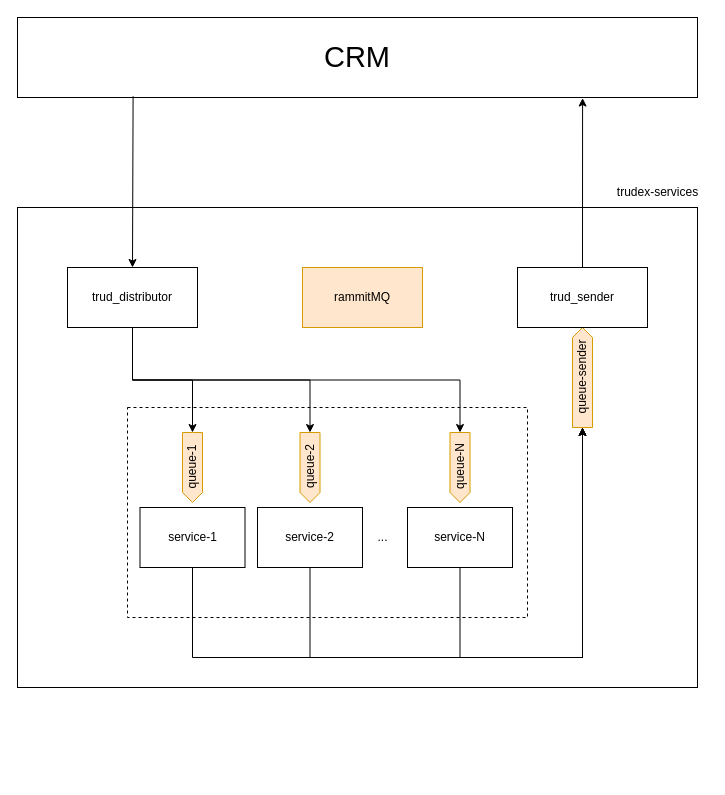
This is docs/infrastructure_diagram.drawio from RB-PRO/trudex, a draw.io file, before an edit. Source tidied: cells renumbered, new cells numbered last; positions are measured from the earlier drawing's top-left corner, leaving out a move shared by most shapes. Both pictures are drawn from the tidied source at 100%, with x=0, y=0 at pixel (17, 17).
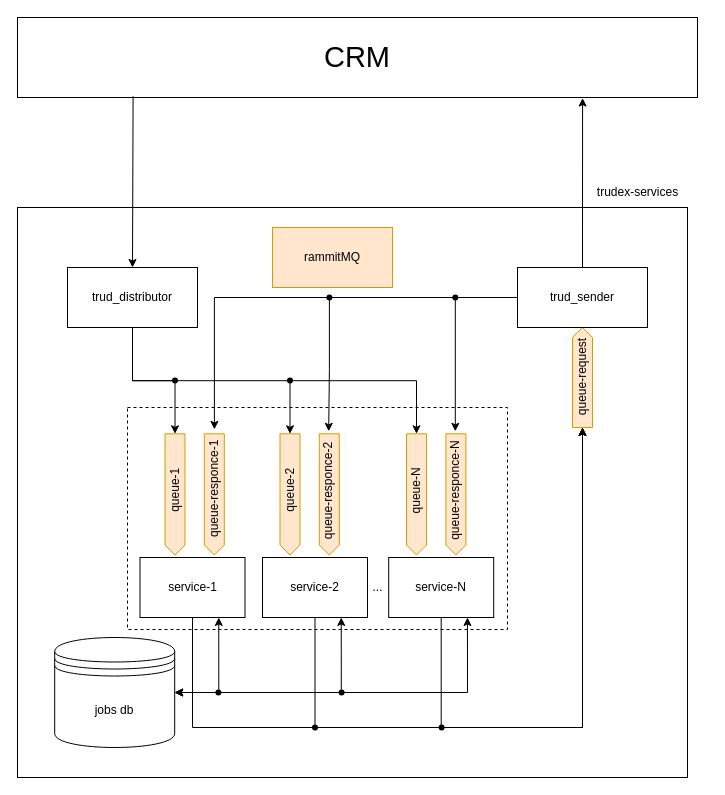
Above is the later version.

Unchanged cells that the change refers to:
```xml
<mxCell id="5" value="trud_distributor" style="rounded=0;whiteSpace=wrap;html=1;" parent="1" vertex="1">
  <mxGeometry x="50" y="250" width="130" height="60" as="geometry" />
</mxCell>
<mxCell id="7" value="trud_sender" style="rounded=0;whiteSpace=wrap;html=1;" parent="1" vertex="1">
  <mxGeometry x="500" y="250" width="130" height="60" as="geometry" />
</mxCell>
```

The edit, as a diff of the source:
```diff
@@
     <mxCell id="3" style="rounded=0;whiteSpace=wrap;html=1;" parent="1" vertex="1">
-      <mxGeometry y="190" width="680" height="480" as="geometry" />
+      <mxGeometry y="190" width="670" height="570" as="geometry" />
     </mxCell>
     <mxCell id="4" value="trudex-services" style="text;html=1;align=center;verticalAlign=middle;strokeColor=none;fillColor=none;" parent="1" vertex="1">
-      <mxGeometry x="590" y="160" width="100" height="30" as="geometry" />
+      <mxGeometry x="570" y="160" width="100" height="30" as="geometry" />
     </mxCell>
@@
-    <mxCell id="6" value="queue-sender" style="html=1;shadow=0;dashed=0;align=center;verticalAlign=middle;shape=mxgraph.arrows2.arrow;dy=0;dx=10;notch=0;rotation=-90;fillColor=#ffe6cc;strokeColor=#d79b00;" parent="1" vertex="1">
+    <mxCell id="6" value="queue-request" style="html=1;shadow=0;dashed=0;align=center;verticalAlign=middle;shape=mxgraph.arrows2.arrow;dy=0;dx=10;notch=0;rotation=-90;fillColor=#ffe6cc;strokeColor=#d79b00;" parent="1" vertex="1">
       <mxGeometry x="515" y="350" width="100" height="20" as="geometry" />
     </mxCell>
@@
     <mxCell id="8" value="rammitMQ" style="rounded=0;whiteSpace=wrap;html=1;fillColor=#ffe6cc;strokeColor=#d79b00;" parent="1" vertex="1">
-      <mxGeometry x="285" y="250" width="120" height="60" as="geometry" />
+      <mxGeometry x="255" y="210" width="120" height="60" as="geometry" />
     </mxCell>
@@
     <mxCell id="11" style="rounded=0;whiteSpace=wrap;html=1;dashed=1;" parent="1" vertex="1">
-      <mxGeometry x="110" y="390" width="400" height="210" as="geometry" />
+      <mxGeometry x="110" y="390" width="380" height="222" as="geometry" />
     </mxCell>
     <mxCell id="12" style="html=1;shadow=0;dashed=0;align=center;verticalAlign=middle;shape=mxgraph.arrows2.arrow;dy=0;dx=10;notch=0;rotation=90;fillColor=#ffe6cc;strokeColor=#d79b00;" parent="1" vertex="1">
-      <mxGeometry x="140" y="440" width="70" height="20" as="geometry" />
+      <mxGeometry x="96.9" y="466.9" width="121.2" height="20" as="geometry" />
     </mxCell>
+    <mxCell id="22" style="edgeStyle=orthogonalEdgeStyle;rounded=0;jettySize=auto;html=1;exitX=0.5;exitY=1;exitDx=0;exitDy=0;" parent="1" edge="1" source="13" target="6">
+      <mxGeometry relative="1" as="geometry">
+        <Array as="points">
+          <mxPoint x="175" y="710" />
+          <mxPoint x="565" y="710" />
+        </Array>
+      </mxGeometry>
+    </mxCell>
+    <mxCell id="28" style="edgeStyle=orthogonalEdgeStyle;rounded=0;jettySize=auto;html=1;exitX=0.75;exitY=1;exitDx=0;exitDy=0;entryX=1;entryY=0.5;entryDx=0;entryDy=0;startArrow=classic;startFill=1;" parent="1" edge="1" source="13" target="33">
+      <mxGeometry relative="1" as="geometry" />
+    </mxCell>
     <mxCell id="13" value="service-1" style="rounded=0;whiteSpace=wrap;html=1;" parent="1" vertex="1">
-      <mxGeometry x="122.5" y="490" width="105" height="60" as="geometry" />
+      <mxGeometry x="122.5" y="540" width="105" height="60" as="geometry" />
     </mxCell>
-    <mxCell id="14" style="html=1;shadow=0;dashed=0;align=center;verticalAlign=middle;shape=mxgraph.arrows2.arrow;dy=0;dx=10;notch=0;rotation=90;fillColor=#ffe6cc;strokeColor=#d79b00;" parent="1" vertex="1">
-      <mxGeometry x="257.5" y="440" width="70" height="20" as="geometry" />
-    </mxCell>
+    <mxCell id="29" style="edgeStyle=orthogonalEdgeStyle;rounded=0;jettySize=auto;html=1;exitDx=0;exitDy=0;" parent="1" edge="1" source="54" target="6">
+      <mxGeometry relative="1" as="geometry">
+        <Array as="points">
+          <mxPoint x="298" y="710" />
+          <mxPoint x="565" y="710" />
+        </Array>
+      </mxGeometry>
+    </mxCell>
+    <mxCell id="30" style="edgeStyle=orthogonalEdgeStyle;rounded=0;jettySize=auto;html=1;exitX=0.75;exitY=1;exitDx=0;exitDy=0;entryX=1;entryY=0.5;entryDx=0;entryDy=0;startArrow=classic;startFill=1;" parent="1" edge="1" source="15" target="33">
+      <mxGeometry relative="1" as="geometry" />
+    </mxCell>
     <mxCell id="15" value="service-2" style="rounded=0;whiteSpace=wrap;html=1;" parent="1" vertex="1">
-      <mxGeometry x="240" y="490" width="105" height="60" as="geometry" />
+      <mxGeometry x="245" y="540" width="105" height="60" as="geometry" />
     </mxCell>
-    <mxCell id="16" style="html=1;shadow=0;dashed=0;align=center;verticalAlign=middle;shape=mxgraph.arrows2.arrow;dy=0;dx=10;notch=0;rotation=90;fillColor=#ffe6cc;strokeColor=#d79b00;" parent="1" vertex="1">
-      <mxGeometry x="407.5" y="440" width="70" height="20" as="geometry" />
-    </mxCell>
+    <mxCell id="31" style="edgeStyle=orthogonalEdgeStyle;rounded=0;jettySize=auto;html=1;exitDx=0;exitDy=0;" parent="1" edge="1" source="52" target="6">
+      <mxGeometry relative="1" as="geometry" />
+    </mxCell>
+    <mxCell id="32" style="edgeStyle=orthogonalEdgeStyle;rounded=0;jettySize=auto;html=1;exitX=0.75;exitY=1;exitDx=0;exitDy=0;entryX=1;entryY=0.5;entryDx=0;entryDy=0;startArrow=classic;startFill=1;" parent="1" edge="1" source="17" target="33">
+      <mxGeometry relative="1" as="geometry" />
+    </mxCell>
     <mxCell id="17" value="service-N" style="rounded=0;whiteSpace=wrap;html=1;" parent="1" vertex="1">
-      <mxGeometry x="390" y="490" width="105" height="60" as="geometry" />
+      <mxGeometry x="371.2" y="540" width="105" height="60" as="geometry" />
     </mxCell>
     <mxCell id="18" value="..." style="text;html=1;align=center;verticalAlign=middle;strokeColor=none;fillColor=none;" parent="1" vertex="1">
-      <mxGeometry x="350" y="505" width="30" height="30" as="geometry" />
+      <mxGeometry x="345" y="555" width="30" height="30" as="geometry" />
     </mxCell>
+    <mxCell id="27" value="queue-1" style="text;html=1;align=center;verticalAlign=middle;strokeColor=none;fillColor=none;rotation=-90;" parent="1" vertex="1">
+      <mxGeometry x="122.5" y="458.8" width="70" height="30" as="geometry" />
+    </mxCell>
+    <mxCell id="33" value="jobs db" style="shape=datastore;whiteSpace=wrap;html=1;" parent="1" vertex="1">
+      <mxGeometry x="37.2" y="620" width="120" height="110" as="geometry" />
+    </mxCell>
+    <mxCell id="34" style="html=1;shadow=0;dashed=0;align=center;verticalAlign=middle;shape=mxgraph.arrows2.arrow;dy=0;dx=10;notch=0;rotation=90;fillColor=#ffe6cc;strokeColor=#d79b00;" parent="1" vertex="1">
+      <mxGeometry x="136.2" y="466.9" width="121.2" height="20" as="geometry" />
+    </mxCell>
+    <mxCell id="35" style="html=1;shadow=0;dashed=0;align=center;verticalAlign=middle;shape=mxgraph.arrows2.arrow;dy=0;dx=10;notch=0;rotation=90;fillColor=#ffe6cc;strokeColor=#d79b00;" parent="1" vertex="1">
+      <mxGeometry x="211.9" y="466.9" width="121.2" height="20" as="geometry" />
+    </mxCell>
+    <mxCell id="26" value="queue-2" style="text;html=1;align=center;verticalAlign=middle;strokeColor=none;fillColor=none;rotation=-90;" parent="1" vertex="1">
+      <mxGeometry x="237.5" y="458.8" width="70" height="30" as="geometry" />
+    </mxCell>
+    <mxCell id="36" style="html=1;shadow=0;dashed=0;align=center;verticalAlign=middle;shape=mxgraph.arrows2.arrow;dy=0;dx=10;notch=0;rotation=90;fillColor=#ffe6cc;strokeColor=#d79b00;" parent="1" vertex="1">
+      <mxGeometry x="251.2" y="466.9" width="121.2" height="20" as="geometry" />
+    </mxCell>
+    <mxCell id="37" style="html=1;shadow=0;dashed=0;align=center;verticalAlign=middle;shape=mxgraph.arrows2.arrow;dy=0;dx=10;notch=0;rotation=90;fillColor=#ffe6cc;strokeColor=#d79b00;" parent="1" vertex="1">
+      <mxGeometry x="338.4" y="466.9" width="121.2" height="20" as="geometry" />
+    </mxCell>
+    <mxCell id="25" value="queue-N" style="text;html=1;align=center;verticalAlign=middle;strokeColor=none;fillColor=none;rotation=-90;" parent="1" vertex="1">
+      <mxGeometry x="364.1" y="458.8" width="70" height="30" as="geometry" />
+    </mxCell>
+    <mxCell id="38" style="html=1;shadow=0;dashed=0;align=center;verticalAlign=middle;shape=mxgraph.arrows2.arrow;dy=0;dx=10;notch=0;rotation=90;fillColor=#ffe6cc;strokeColor=#d79b00;" parent="1" vertex="1">
+      <mxGeometry x="377.8" y="466.9" width="121.2" height="20" as="geometry" />
+    </mxCell>
+    <mxCell id="39" value="queue-responce-1" style="text;html=1;align=center;verticalAlign=middle;points=[];strokeColor=none;fillColor=none;rotation=-90;" parent="1" vertex="1">
+      <mxGeometry x="136.9" y="456.9" width="120" height="30" as="geometry" />
+    </mxCell>
+    <mxCell id="40" value="queue-responce-2" style="text;html=1;align=center;verticalAlign=middle;points=[];strokeColor=none;fillColor=none;rotation=-90;" parent="1" vertex="1">
+      <mxGeometry x="251.2" y="458.8" width="120" height="30" as="geometry" />
+    </mxCell>
+    <mxCell id="41" value="queue-responce-N" style="text;html=1;align=center;verticalAlign=middle;points=[];strokeColor=none;fillColor=none;rotation=-90;" parent="1" vertex="1">
+      <mxGeometry x="377.8" y="458.8" width="120" height="30" as="geometry" />
+    </mxCell>
+    <mxCell id="42" style="edgeStyle=orthogonalEdgeStyle;rounded=0;jettySize=auto;html=1;exitX=0.5;exitY=1;exitDx=0;exitDy=0;entryX=0;entryY=0.5;entryDx=0;entryDy=0;entryPerimeter=0;" parent="1" edge="1" source="5" target="37">
+      <mxGeometry relative="1" as="geometry" />
+    </mxCell>
+    <mxCell id="43" style="edgeStyle=orthogonalEdgeStyle;rounded=0;jettySize=auto;html=1;exitDx=0;exitDy=0;entryX=0;entryY=0.5;entryDx=0;entryDy=0;entryPerimeter=0;" parent="1" edge="1" source="48" target="35">
+      <mxGeometry relative="1" as="geometry" />
+    </mxCell>
-    <mxCell id="19" style="edgeStyle=orthogonalEdgeStyle;rounded=0;jettySize=auto;html=1;entryX=0;entryY=0.5;entryDx=0;entryDy=0;entryPerimeter=0;" parent="1" edge="1" source="5" target="12">
+    <mxCell id="19" style="edgeStyle=orthogonalEdgeStyle;rounded=0;jettySize=auto;html=1;exitX=0.5;exitY=1;exitDx=0;exitDy=0;entryX=0;entryY=0.5;entryDx=0;entryDy=0;entryPerimeter=0;" parent="1" edge="1" source="5" target="12">
       <mxGeometry relative="1" as="geometry" />
     </mxCell>
-    <mxCell id="20" style="edgeStyle=orthogonalEdgeStyle;rounded=0;jettySize=auto;html=1;entryX=0;entryY=0.5;entryDx=0;entryDy=0;entryPerimeter=0;exitX=0.5;exitY=1;exitDx=0;exitDy=0;" parent="1" edge="1" source="5" target="14">
-      <mxGeometry relative="1" as="geometry" />
-    </mxCell>
-    <mxCell id="21" style="edgeStyle=orthogonalEdgeStyle;rounded=0;jettySize=auto;html=1;entryX=0;entryY=0.5;entryDx=0;entryDy=0;entryPerimeter=0;exitX=0.5;exitY=1;exitDx=0;exitDy=0;" parent="1" edge="1" source="5" target="16">
-      <mxGeometry relative="1" as="geometry" />
-    </mxCell>
-    <mxCell id="22" style="edgeStyle=orthogonalEdgeStyle;rounded=0;jettySize=auto;html=1;entryX=0;entryY=0.5;entryDx=0;entryDy=0;entryPerimeter=0;" parent="1" edge="1" source="13" target="6">
-      <mxGeometry relative="1" as="geometry">
-        <Array as="points">
-          <mxPoint x="175" y="640" />
-          <mxPoint x="565" y="640" />
-        </Array>
-      </mxGeometry>
-    </mxCell>
-    <mxCell id="23" style="edgeStyle=orthogonalEdgeStyle;rounded=0;jettySize=auto;html=1;entryX=0;entryY=0.5;entryDx=0;entryDy=0;entryPerimeter=0;" parent="1" edge="1" source="15" target="6">
-      <mxGeometry relative="1" as="geometry">
-        <Array as="points">
-          <mxPoint x="292" y="640" />
-          <mxPoint x="565" y="640" />
-        </Array>
-      </mxGeometry>
-    </mxCell>
-    <mxCell id="24" style="edgeStyle=orthogonalEdgeStyle;rounded=0;jettySize=auto;html=1;entryX=0;entryY=0.5;entryDx=0;entryDy=0;entryPerimeter=0;" parent="1" edge="1" source="17" target="6">
-      <mxGeometry relative="1" as="geometry">
-        <Array as="points">
-          <mxPoint x="442" y="640" />
-          <mxPoint x="565" y="640" />
-        </Array>
-      </mxGeometry>
-    </mxCell>
-    <mxCell id="25" value="queue-N" style="text;html=1;align=center;verticalAlign=middle;strokeColor=none;fillColor=none;rotation=-90;" parent="1" vertex="1">
-      <mxGeometry x="407.5" y="435" width="70" height="30" as="geometry" />
-    </mxCell>
-    <mxCell id="26" value="queue-2" style="text;html=1;align=center;verticalAlign=middle;strokeColor=none;fillColor=none;rotation=-90;" parent="1" vertex="1">
-      <mxGeometry x="257.5" y="435" width="70" height="30" as="geometry" />
-    </mxCell>
-    <mxCell id="27" value="queue-1" style="text;html=1;align=center;verticalAlign=middle;strokeColor=none;fillColor=none;rotation=-90;" parent="1" vertex="1">
-      <mxGeometry x="140" y="435" width="70" height="30" as="geometry" />
-    </mxCell>
+    <mxCell id="44" style="edgeStyle=orthogonalEdgeStyle;rounded=0;jettySize=auto;html=1;exitX=0;exitY=0.5;exitDx=0;exitDy=0;" parent="1" edge="1" source="7" target="39">
+      <mxGeometry relative="1" as="geometry" />
+    </mxCell>
+    <mxCell id="45" style="edgeStyle=orthogonalEdgeStyle;rounded=0;jettySize=auto;html=1;exitDx=0;exitDy=0;" parent="1" edge="1" source="50" target="41">
+      <mxGeometry relative="1" as="geometry" />
+    </mxCell>
+    <mxCell id="46" style="edgeStyle=orthogonalEdgeStyle;rounded=0;jettySize=auto;html=1;exitDx=0;exitDy=0;" parent="1" edge="1" source="49" target="40">
+      <mxGeometry relative="1" as="geometry" />
+    </mxCell>
+    <mxCell id="47" style="shape=waypoint;sketch=0;fillStyle=solid;size=6;fillColor=none;perimeter=centerPerimeter;" parent="1" vertex="1">
+      <mxGeometry x="147.5" y="353" width="20" height="20" as="geometry" />
+    </mxCell>
+    <mxCell id="48" style="shape=waypoint;sketch=0;fillStyle=solid;size=6;points=[];fillColor=none;perimeter=centerPerimeter;snapToPoint=1;" parent="1" vertex="1">
+      <mxGeometry x="262.5" y="353" width="20" height="20" as="geometry" />
+    </mxCell>
+    <mxCell id="49" style="shape=waypoint;sketch=0;fillStyle=solid;size=6;points=[];fillColor=none;perimeter=centerPerimeter;snapToPoint=1;" parent="1" vertex="1">
+      <mxGeometry x="301.9" y="270" width="20" height="20" as="geometry" />
+    </mxCell>
+    <mxCell id="50" style="shape=waypoint;sketch=0;fillStyle=solid;size=6;points=[];fillColor=none;perimeter=centerPerimeter;snapToPoint=1;" parent="1" vertex="1">
+      <mxGeometry x="427.8" y="270" width="20" height="20" as="geometry" />
+    </mxCell>
+    <mxCell id="51" style="edgeStyle=orthogonalEdgeStyle;rounded=0;jettySize=auto;html=1;exitX=0.5;exitY=1;exitDx=0;exitDy=0;endArrow=none;startFill=0;" parent="1" edge="1" source="17" target="52">
+      <mxGeometry relative="1" as="geometry">
+        <Array as="points">
+          <mxPoint x="424" y="710" />
+          <mxPoint x="565" y="710" />
+        </Array>
+      </mxGeometry>
+    </mxCell>
+    <mxCell id="52" style="shape=waypoint;sketch=0;fillStyle=solid;size=6;points=[];fillColor=none;perimeter=centerPerimeter;snapToPoint=1;" parent="1" vertex="1">
+      <mxGeometry x="414.1" y="700" width="20" height="20" as="geometry" />
+    </mxCell>
+    <mxCell id="53" style="edgeStyle=orthogonalEdgeStyle;rounded=0;jettySize=auto;html=1;exitX=0.5;exitY=1;exitDx=0;exitDy=0;endArrow=none;startFill=0;" parent="1" edge="1" source="15" target="54">
+      <mxGeometry relative="1" as="geometry" />
+    </mxCell>
+    <mxCell id="54" style="shape=waypoint;sketch=0;fillStyle=solid;size=6;points=[];fillColor=none;perimeter=centerPerimeter;snapToPoint=1;" parent="1" vertex="1">
+      <mxGeometry x="287.5" y="700" width="20" height="20" as="geometry" />
+    </mxCell>
+    <mxCell id="55" style="shape=waypoint;sketch=0;fillStyle=solid;size=6;fillColor=none;perimeter=centerPerimeter;" parent="1" vertex="1">
+      <mxGeometry x="190.9" y="665" width="20" height="20" as="geometry" />
+    </mxCell>
+    <mxCell id="56" style="shape=waypoint;sketch=0;fillStyle=solid;size=6;fillColor=none;perimeter=centerPerimeter;" parent="1" vertex="1">
+      <mxGeometry x="314.1" y="665" width="20" height="20" as="geometry" />
+    </mxCell>
```
